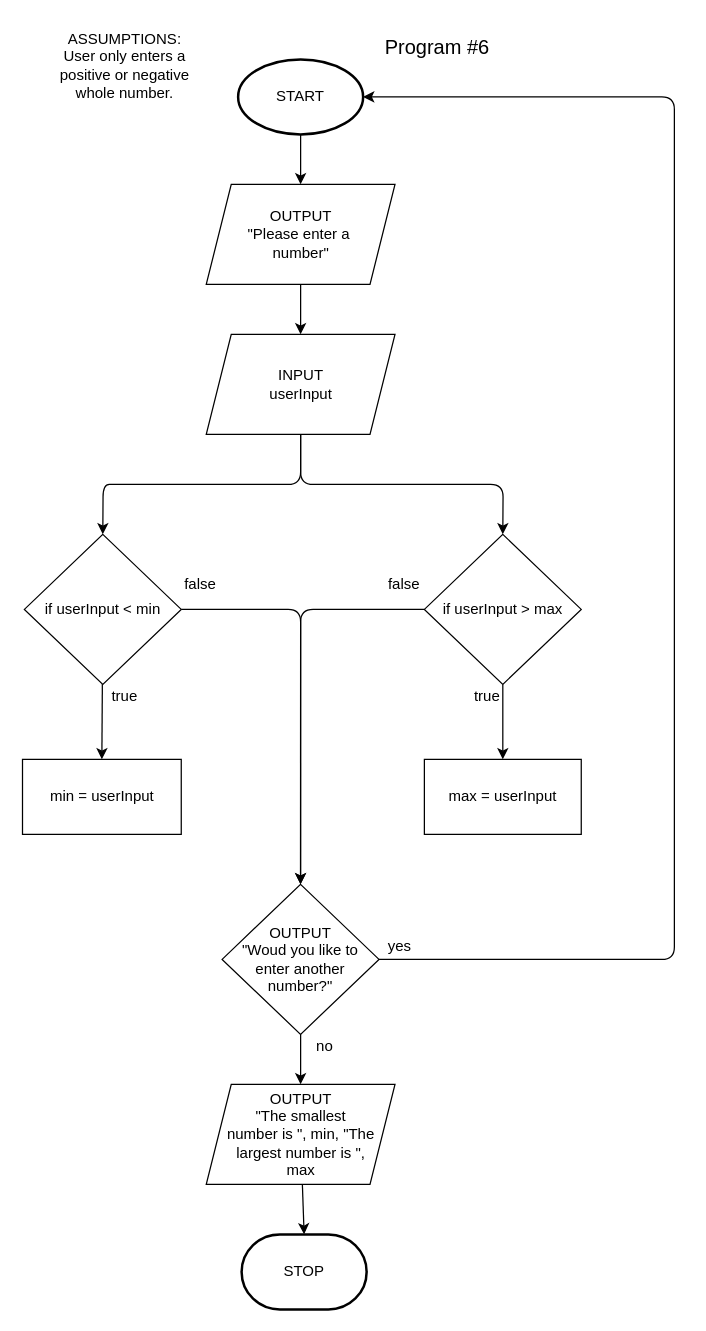
Earlier version of the draw.io diagram diagrams/assignment-1.drawio (aburke15/documentation). Source tidied: cells renumbered, new cells numbered last; positions are measured from the earlier drawing's top-left corner, leaving out a move shared by most shapes. Both pictures are drawn from the tidied source at 125%, with x=0, y=0 at pixel (21, 21).
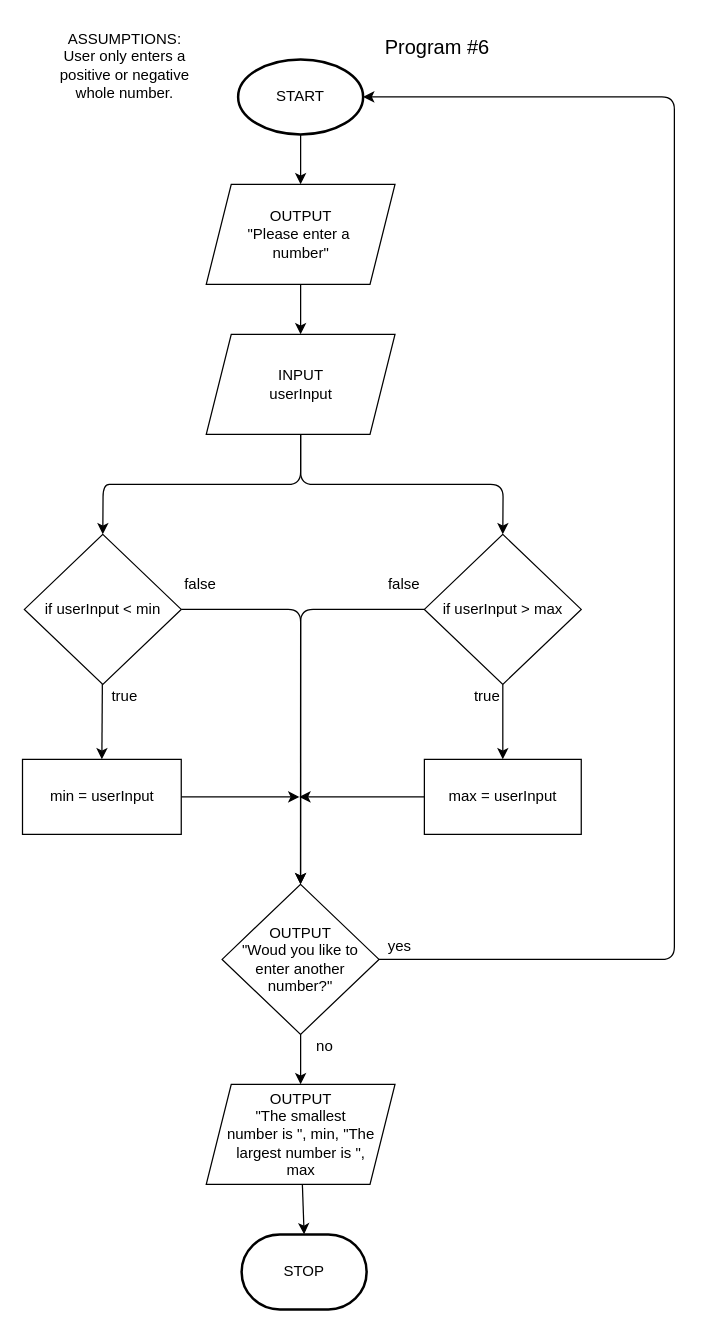
Above is the later version.

Commit message:
added more flow after the inputs

The change refers to these unchanged cells:
```xml
<mxCell id="22" value="min = userInput" style="rounded=0;whiteSpace=wrap;html=1;" parent="1" vertex="1">
  <mxGeometry x="0.5" y="590" width="127" height="60" as="geometry" />
</mxCell>
<mxCell id="23" value="max = userInput" style="rounded=0;whiteSpace=wrap;html=1;" parent="1" vertex="1">
  <mxGeometry x="322" y="590" width="125.5" height="60" as="geometry" />
</mxCell>
```

Change to the diagram source:
```diff
@@
+    <mxCell id="31" style="edgeStyle=none;html=1;exitX=1;exitY=0.5;exitDx=0;exitDy=0;" parent="1" edge="1" source="22">
+      <mxGeometry relative="1" as="geometry">
+        <mxPoint x="222" y="620" as="targetPoint" />
+      </mxGeometry>
+    </mxCell>
@@
+    <mxCell id="32" style="edgeStyle=none;html=1;exitX=0;exitY=0.5;exitDx=0;exitDy=0;" parent="1" edge="1" source="23">
+      <mxGeometry relative="1" as="geometry">
+        <mxPoint x="222" y="620" as="targetPoint" />
+      </mxGeometry>
+    </mxCell>
```
